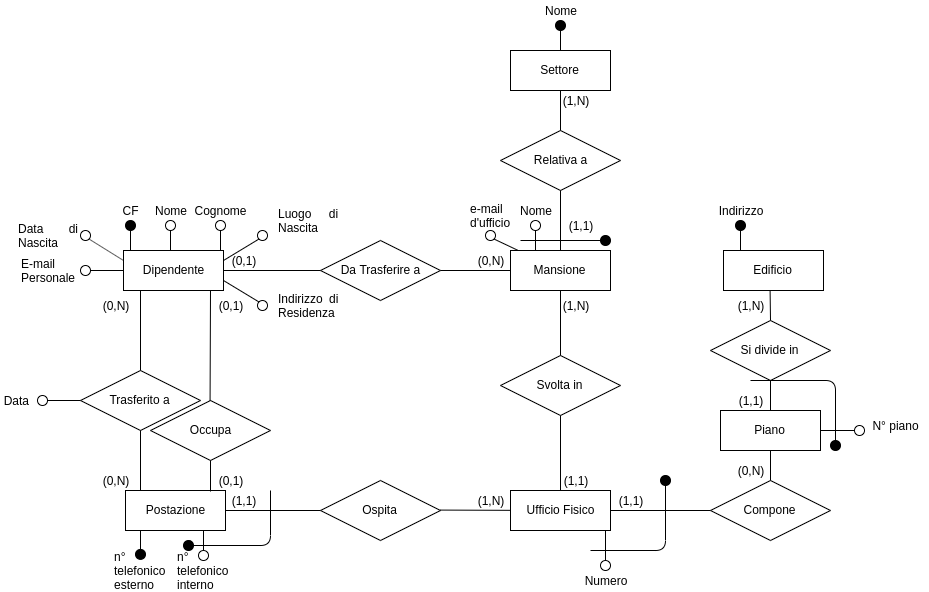
Earlier version of the draw.io export diagram_ER/diagram_ER4.png (Torkin1/Directory_aziendale). Source tidied: cells renumbered, new cells last; positions are measured from the earlier drawing's top-left corner, leaving out a move shared by most shapes.
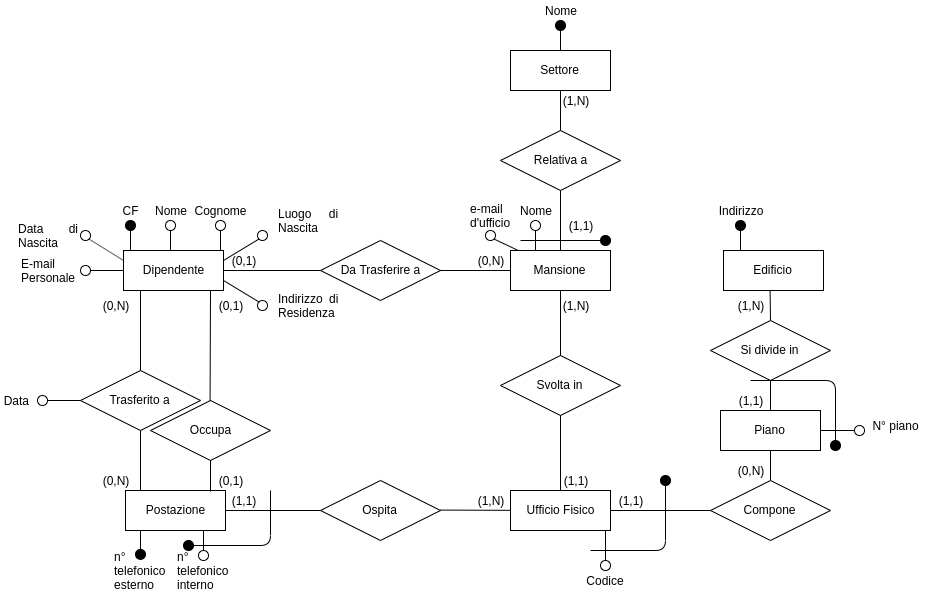
Later version of the same file.

The edit, as a diff of the source:
```diff
@@ -354,7 +354,7 @@
         <mxPoint x="605" y="560" as="targetPoint" />
       </mxGeometry>
     </mxCell>
-    <mxCell id="103" value="Numero" style="text;html=1;strokeColor=none;fillColor=none;align=center;verticalAlign=middle;whiteSpace=wrap;rounded=0;" parent="1" vertex="1">
+    <mxCell id="103" value="Codice" style="text;html=1;strokeColor=none;fillColor=none;align=center;verticalAlign=middle;whiteSpace=wrap;rounded=0;" parent="1" vertex="1">
       <mxGeometry x="585" y="570" width="40" height="20" as="geometry" />
     </mxCell>
     <mxCell id="104" style="endArrow=none;html=1;entryX=0.5;entryY=0;entryDx=0;entryDy=0;" parent="1" edge="1" target="105">
```
